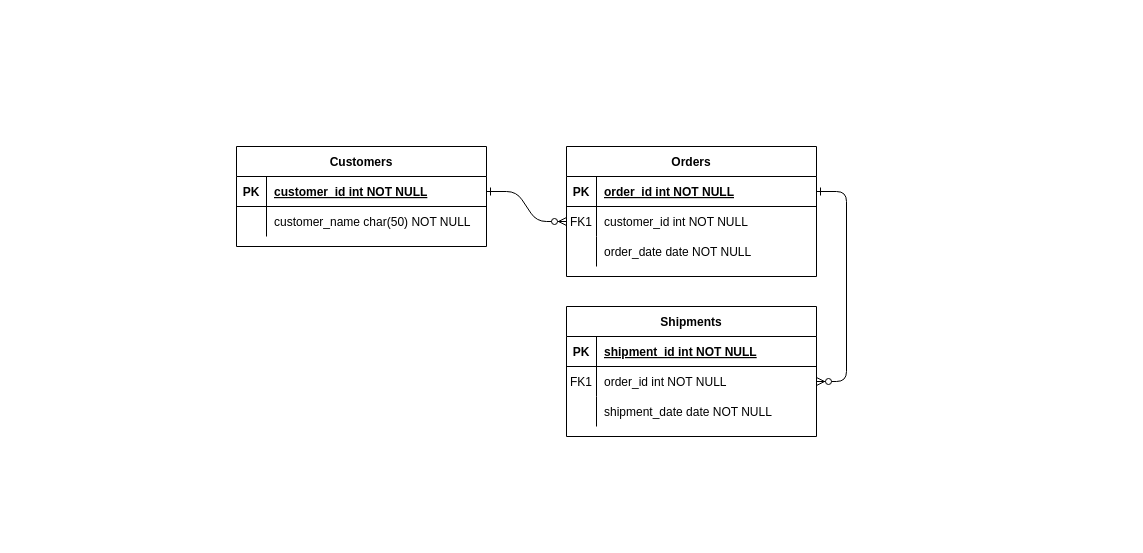
Before: Untitled Diagram.drawio in ManruizUnBosque/WorkShop5, a draw.io diagram. Source tidied: cells renumbered, new cells numbered last; positions are measured from the earlier drawing's top-left corner, leaving out a move shared by most shapes. Both pictures are drawn from the tidied source at 100%, with x=0, y=0 at pixel (236, 146).
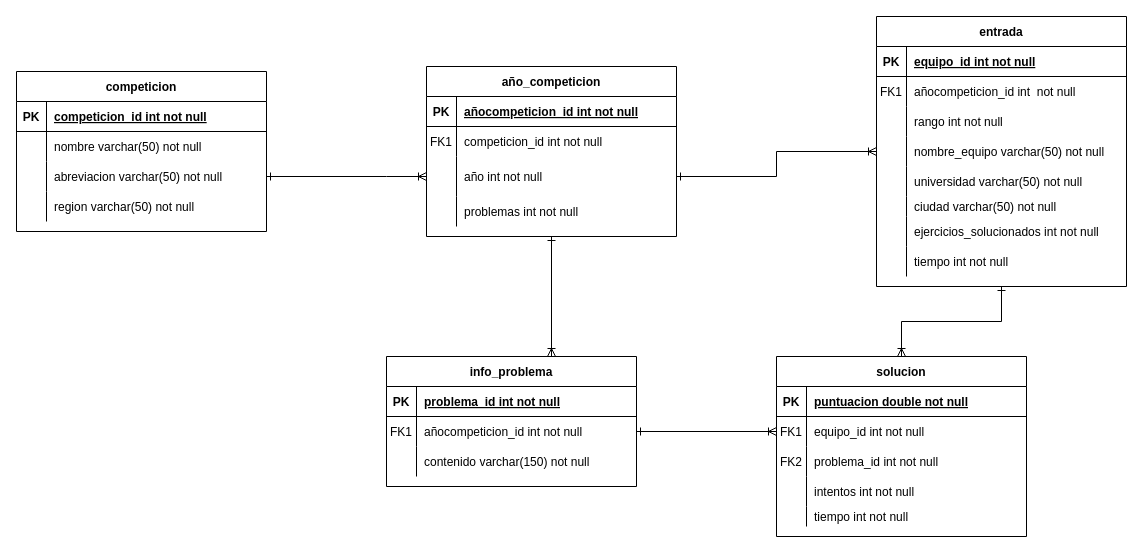
The same diagram, later.

Unchanged cells that the change refers to:
```xml
<mxCell id="5" style="shape=partialRectangle;fillColor=none;points=[[0,0.5],[1,0.5]];portConstraint=eastwest;top=0;left=0;right=0;bottom=1;" parent="4" vertex="1">
  <mxGeometry y="30" width="250" height="30" as="geometry" />
</mxCell>
<mxCell id="8" style="shape=partialRectangle;fillColor=none;points=[[0,0.5],[1,0.5]];portConstraint=eastwest;top=0;left=0;right=0;bottom=0;" parent="4" vertex="1">
  <mxGeometry y="60" width="250" height="30" as="geometry" />
</mxCell>
<mxCell id="15" style="shape=partialRectangle;fillColor=none;top=0;left=0;right=0;bottom=1;" parent="14" vertex="1">
  <mxGeometry y="30" width="250" height="30" as="geometry" />
</mxCell>
<mxCell id="18" style="shape=partialRectangle;fillColor=none;points=[[0,0.5],[1,0.5]];portConstraint=eastwest;top=0;left=0;right=0;bottom=0;" parent="14" vertex="1">
  <mxGeometry y="60" width="250" height="30" as="geometry" />
</mxCell>
<mxCell id="21" style="shape=partialRectangle;fillColor=none;top=0;left=0;right=0;bottom=0;" parent="14" vertex="1">
  <mxGeometry y="90" width="250" height="30" as="geometry" />
</mxCell>
<mxCell id="25" style="shape=partialRectangle;fillColor=none;points=[[0,0.5],[1,0.5]];portConstraint=eastwest;top=0;left=0;right=0;bottom=1;" parent="24" vertex="1">
  <mxGeometry y="30" width="250" height="30" as="geometry" />
</mxCell>
<mxCell id="28" style="shape=partialRectangle;fillColor=none;top=0;left=0;right=0;bottom=0;" parent="24" vertex="1">
  <mxGeometry y="60" width="250" height="30" as="geometry" />
</mxCell>
```

Change to the diagram source:
```diff
@@
-    <mxCell id="2" style="edgeStyle=entityRelationEdgeStyle;endArrow=ERzeroToMany;startArrow=ERone;endFill=1;startFill=0;" parent="1" edge="1" source="25" target="8">
-      <mxGeometry relative="1" as="geometry" />
-    </mxCell>
-    <mxCell id="3" style="edgeStyle=entityRelationEdgeStyle;endArrow=ERzeroToMany;startArrow=ERone;endFill=1;startFill=0;" parent="1" edge="1" source="5" target="18">
-      <mxGeometry relative="1" as="geometry" />
-    </mxCell>
+    <mxCell id="31" style="edgeStyle=orthogonalEdgeStyle;rounded=0;jettySize=auto;html=1;exitX=0.5;exitY=1;exitDx=0;exitDy=0;entryX=0.66;entryY=0;entryDx=0;entryDy=0;entryPerimeter=0;startArrow=ERone;startFill=0;endArrow=ERoneToMany;endFill=0;" parent="1" edge="1" source="4" target="14">
+      <mxGeometry relative="1" as="geometry" />
+    </mxCell>
-    <mxCell id="4" value="Orders" style="shape=table;startSize=30;childLayout=tableLayout;rowLines=0;fontStyle=1;align=center;" parent="1" vertex="1">
-      <mxGeometry x="330" width="250" height="130" as="geometry" />
+    <mxCell id="4" value="año_competicion" style="shape=table;startSize=30;childLayout=tableLayout;rowLines=0;fontStyle=1;align=center;" parent="1" vertex="1">
+      <mxGeometry x="190" y="-80" width="250" height="170" as="geometry" />
     </mxCell>
@@
-    <mxCell id="7" value="order_id int NOT NULL " style="shape=partialRectangle;overflow=hidden;fillColor=none;top=0;left=0;bottom=0;right=0;align=left;spacingLeft=6;fontStyle=5;" parent="5" vertex="1">
+    <mxCell id="7" value="añocompeticion_id int not null " style="shape=partialRectangle;overflow=hidden;fillColor=none;top=0;left=0;bottom=0;right=0;align=left;spacingLeft=6;fontStyle=5;" parent="5" vertex="1">
       <mxGeometry x="30" width="220" height="30" as="geometry" />
     </mxCell>
@@
-    <mxCell id="10" value="customer_id int NOT NULL" style="shape=partialRectangle;overflow=hidden;fillColor=none;top=0;left=0;bottom=0;right=0;align=left;spacingLeft=6;" parent="8" vertex="1">
+    <mxCell id="10" value="competicion_id int not null" style="shape=partialRectangle;overflow=hidden;fillColor=none;top=0;left=0;bottom=0;right=0;align=left;spacingLeft=6;" parent="8" vertex="1">
       <mxGeometry x="30" width="220" height="30" as="geometry" />
     </mxCell>
     <mxCell id="11" style="shape=partialRectangle;fillColor=none;points=[[0,0.5],[1,0.5]];portConstraint=eastwest;top=0;left=0;right=0;bottom=0;" parent="4" vertex="1">
-      <mxGeometry y="90" width="250" height="30" as="geometry" />
+      <mxGeometry y="90" width="250" height="40" as="geometry" />
     </mxCell>
     <mxCell id="12" style="shape=partialRectangle;overflow=hidden;fillColor=none;top=0;left=0;bottom=0;right=0;" parent="11" vertex="1">
-      <mxGeometry width="30" height="30" as="geometry" />
+      <mxGeometry width="30" height="40" as="geometry" />
     </mxCell>
-    <mxCell id="13" value="order_date date NOT NULL" style="shape=partialRectangle;overflow=hidden;fillColor=none;top=0;left=0;bottom=0;right=0;align=left;spacingLeft=6;" parent="11" vertex="1">
-      <mxGeometry x="30" width="220" height="30" as="geometry" />
+    <mxCell id="13" value="año int not null" style="shape=partialRectangle;overflow=hidden;fillColor=none;top=0;left=0;bottom=0;right=0;align=left;spacingLeft=6;" parent="11" vertex="1">
+      <mxGeometry x="30" width="220" height="40" as="geometry" />
     </mxCell>
+    <mxCell id="32" style="shape=partialRectangle;fillColor=none;top=0;left=0;right=0;bottom=0;" parent="4" vertex="1">
+      <mxGeometry y="130" width="250" height="30" as="geometry" />
+    </mxCell>
+    <mxCell id="33" style="shape=partialRectangle;overflow=hidden;fillColor=none;top=0;left=0;bottom=0;right=0;" parent="32" vertex="1">
+      <mxGeometry width="30" height="30" as="geometry" />
+    </mxCell>
+    <mxCell id="34" value="problemas int not null" style="shape=partialRectangle;overflow=hidden;fillColor=none;top=0;left=0;bottom=0;right=0;align=left;spacingLeft=6;" parent="32" vertex="1">
+      <mxGeometry x="30" width="220" height="30" as="geometry" />
+    </mxCell>
-    <mxCell id="14" value="Shipments" style="shape=table;startSize=30;childLayout=tableLayout;rowLines=0;fontStyle=1;align=center;" parent="1" vertex="1">
-      <mxGeometry x="330" y="160" width="250" height="130" as="geometry" />
+    <mxCell id="14" value="info_problema" style="shape=table;startSize=30;childLayout=tableLayout;rowLines=0;fontStyle=1;align=center;" parent="1" vertex="1">
+      <mxGeometry x="150" y="210" width="250" height="130" as="geometry" />
     </mxCell>
@@
-    <mxCell id="17" value="shipment_id int NOT NULL " style="shape=partialRectangle;overflow=hidden;fillColor=none;top=0;left=0;bottom=0;right=0;align=left;spacingLeft=6;fontStyle=5;" parent="15" vertex="1">
+    <mxCell id="17" value="problema_id int not null " style="shape=partialRectangle;overflow=hidden;fillColor=none;top=0;left=0;bottom=0;right=0;align=left;spacingLeft=6;fontStyle=5;" parent="15" vertex="1">
       <mxGeometry x="30" width="220" height="30" as="geometry" />
     </mxCell>
@@
-    <mxCell id="20" value="order_id int NOT NULL" style="shape=partialRectangle;overflow=hidden;fillColor=none;top=0;left=0;bottom=0;right=0;align=left;spacingLeft=6;" parent="18" vertex="1">
+    <mxCell id="20" value="añocompeticion_id int not null" style="shape=partialRectangle;overflow=hidden;fillColor=none;top=0;left=0;bottom=0;right=0;align=left;spacingLeft=6;" parent="18" vertex="1">
       <mxGeometry x="30" width="220" height="30" as="geometry" />
     </mxCell>
@@
-    <mxCell id="23" value="shipment_date date NOT NULL" style="shape=partialRectangle;overflow=hidden;fillColor=none;top=0;left=0;bottom=0;right=0;align=left;spacingLeft=6;" parent="21" vertex="1">
+    <mxCell id="23" value="contenido varchar(150) not null" style="shape=partialRectangle;overflow=hidden;fillColor=none;top=0;left=0;bottom=0;right=0;align=left;spacingLeft=6;" parent="21" vertex="1">
       <mxGeometry x="30" width="220" height="30" as="geometry" />
     </mxCell>
-    <mxCell id="24" value="Customers" style="shape=table;startSize=30;childLayout=tableLayout;rowLines=0;fontStyle=1;align=center;" parent="1" vertex="1">
-      <mxGeometry width="250" height="100" as="geometry" />
+    <mxCell id="24" value="competicion" style="shape=table;startSize=30;childLayout=tableLayout;rowLines=0;fontStyle=1;align=center;" parent="1" vertex="1">
+      <mxGeometry x="-220" y="-75" width="250" height="160" as="geometry" />
     </mxCell>
@@
-    <mxCell id="27" value="customer_id int NOT NULL " style="shape=partialRectangle;overflow=hidden;fillColor=none;top=0;left=0;bottom=0;right=0;align=left;spacingLeft=6;fontStyle=5;" parent="25" vertex="1">
+    <mxCell id="27" value="competicion_id int not null" style="shape=partialRectangle;overflow=hidden;fillColor=none;top=0;left=0;bottom=0;right=0;align=left;spacingLeft=6;fontStyle=5;" parent="25" vertex="1">
       <mxGeometry x="30" width="220" height="30" as="geometry" />
     </mxCell>
@@
-    <mxCell id="30" value="customer_name char(50) NOT NULL" style="shape=partialRectangle;overflow=hidden;fillColor=none;top=0;left=0;bottom=0;right=0;align=left;spacingLeft=6;" parent="28" vertex="1">
+    <mxCell id="30" value="nombre varchar(50) not null" style="shape=partialRectangle;overflow=hidden;fillColor=none;top=0;left=0;bottom=0;right=0;align=left;spacingLeft=6;" parent="28" vertex="1">
       <mxGeometry x="30" width="220" height="30" as="geometry" />
     </mxCell>
+    <mxCell id="35" style="shape=partialRectangle;fillColor=none;points=[[0,0.5],[1,0.5]];portConstraint=eastwest;top=0;left=0;right=0;bottom=0;" parent="24" vertex="1">
+      <mxGeometry y="90" width="250" height="30" as="geometry" />
+    </mxCell>
+    <mxCell id="36" style="shape=partialRectangle;overflow=hidden;fillColor=none;top=0;left=0;bottom=0;right=0;" parent="35" vertex="1">
+      <mxGeometry width="30" height="30" as="geometry" />
+    </mxCell>
+    <mxCell id="37" value="abreviacion varchar(50) not null" style="shape=partialRectangle;overflow=hidden;fillColor=none;top=0;left=0;bottom=0;right=0;align=left;spacingLeft=6;" parent="35" vertex="1">
+      <mxGeometry x="30" width="220" height="30" as="geometry" />
+    </mxCell>
+    <mxCell id="38" style="shape=partialRectangle;fillColor=none;top=0;left=0;right=0;bottom=0;" parent="24" vertex="1">
+      <mxGeometry y="120" width="250" height="30" as="geometry" />
+    </mxCell>
+    <mxCell id="39" style="shape=partialRectangle;overflow=hidden;fillColor=none;top=0;left=0;bottom=0;right=0;" parent="38" vertex="1">
+      <mxGeometry width="30" height="30" as="geometry" />
+    </mxCell>
+    <mxCell id="40" value="region varchar(50) not null" style="shape=partialRectangle;overflow=hidden;fillColor=none;top=0;left=0;bottom=0;right=0;align=left;spacingLeft=6;" parent="38" vertex="1">
+      <mxGeometry x="30" width="220" height="30" as="geometry" />
+    </mxCell>
+    <mxCell id="41" style="edgeStyle=orthogonalEdgeStyle;rounded=0;jettySize=auto;html=1;exitX=0.5;exitY=1;exitDx=0;exitDy=0;startArrow=ERone;startFill=0;endArrow=ERoneToMany;endFill=0;" parent="1" edge="1" source="42" target="67">
+      <mxGeometry relative="1" as="geometry" />
+    </mxCell>
+    <mxCell id="42" value="entrada" style="shape=table;startSize=30;childLayout=tableLayout;rowLines=0;fontStyle=1;align=center;" parent="1" vertex="1">
+      <mxGeometry x="640" y="-130" width="250" height="270" as="geometry" />
+    </mxCell>
+    <mxCell id="43" style="shape=partialRectangle;fillColor=none;top=0;left=0;right=0;bottom=1;" parent="42" vertex="1">
+      <mxGeometry y="30" width="250" height="30" as="geometry" />
+    </mxCell>
+    <mxCell id="44" value="PK" style="shape=partialRectangle;overflow=hidden;fillColor=none;top=0;left=0;bottom=0;right=0;fontStyle=1;" parent="43" vertex="1">
+      <mxGeometry width="30" height="30" as="geometry" />
+    </mxCell>
+    <mxCell id="45" value="equipo_id int not null " style="shape=partialRectangle;overflow=hidden;fillColor=none;top=0;left=0;bottom=0;right=0;align=left;spacingLeft=6;fontStyle=5;" parent="43" vertex="1">
+      <mxGeometry x="30" width="220" height="30" as="geometry" />
+    </mxCell>
+    <mxCell id="46" style="shape=partialRectangle;fillColor=none;top=0;left=0;right=0;bottom=0;" parent="42" vertex="1">
+      <mxGeometry y="60" width="250" height="30" as="geometry" />
+    </mxCell>
+    <mxCell id="47" value="FK1" style="shape=partialRectangle;overflow=hidden;fillColor=none;top=0;left=0;bottom=0;right=0;" parent="46" vertex="1">
+      <mxGeometry width="30" height="30" as="geometry" />
+    </mxCell>
+    <mxCell id="48" value="añocompeticion_id int  not null" style="shape=partialRectangle;overflow=hidden;fillColor=none;top=0;left=0;bottom=0;right=0;align=left;spacingLeft=6;" parent="46" vertex="1">
+      <mxGeometry x="30" width="220" height="30" as="geometry" />
+    </mxCell>
+    <mxCell id="49" style="shape=partialRectangle;fillColor=none;top=0;left=0;right=0;bottom=0;" parent="42" vertex="1">
+      <mxGeometry y="90" width="250" height="30" as="geometry" />
+    </mxCell>
+    <mxCell id="50" style="shape=partialRectangle;overflow=hidden;fillColor=none;top=0;left=0;bottom=0;right=0;" parent="49" vertex="1">
+      <mxGeometry width="30" height="30" as="geometry" />
+    </mxCell>
+    <mxCell id="51" value="rango int not null" style="shape=partialRectangle;overflow=hidden;fillColor=none;top=0;left=0;bottom=0;right=0;align=left;spacingLeft=6;" parent="49" vertex="1">
+      <mxGeometry x="30" width="220" height="30" as="geometry" />
+    </mxCell>
+    <mxCell id="52" style="shape=partialRectangle;fillColor=none;points=[[0,0.5],[1,0.5]];portConstraint=eastwest;top=0;left=0;right=0;bottom=0;" parent="42" vertex="1">
+      <mxGeometry y="120" width="250" height="30" as="geometry" />
+    </mxCell>
+    <mxCell id="53" style="shape=partialRectangle;overflow=hidden;fillColor=none;top=0;left=0;bottom=0;right=0;" parent="52" vertex="1">
+      <mxGeometry width="30" height="30" as="geometry" />
+    </mxCell>
+    <mxCell id="54" value="nombre_equipo varchar(50) not null" style="shape=partialRectangle;overflow=hidden;fillColor=none;top=0;left=0;bottom=0;right=0;align=left;spacingLeft=6;" parent="52" vertex="1">
+      <mxGeometry x="30" width="220" height="30" as="geometry" />
+    </mxCell>
+    <mxCell id="55" style="shape=partialRectangle;fillColor=none;top=0;left=0;right=0;bottom=0;" parent="42" vertex="1">
+      <mxGeometry y="150" width="250" height="30" as="geometry" />
+    </mxCell>
+    <mxCell id="56" style="shape=partialRectangle;overflow=hidden;fillColor=none;top=0;left=0;bottom=0;right=0;" parent="55" vertex="1">
+      <mxGeometry width="30" height="30" as="geometry" />
+    </mxCell>
+    <mxCell id="57" value="universidad varchar(50) not null" style="shape=partialRectangle;overflow=hidden;fillColor=none;top=0;left=0;bottom=0;right=0;align=left;spacingLeft=6;" parent="55" vertex="1">
+      <mxGeometry x="30" width="220" height="30" as="geometry" />
+    </mxCell>
+    <mxCell id="58" style="shape=partialRectangle;fillColor=none;top=0;left=0;right=0;bottom=0;" parent="42" vertex="1">
+      <mxGeometry y="180" width="250" height="20" as="geometry" />
+    </mxCell>
+    <mxCell id="59" style="shape=partialRectangle;overflow=hidden;fillColor=none;top=0;left=0;bottom=0;right=0;" parent="58" vertex="1">
+      <mxGeometry width="30" height="20" as="geometry" />
+    </mxCell>
+    <mxCell id="60" value="ciudad varchar(50) not null" style="shape=partialRectangle;overflow=hidden;fillColor=none;top=0;left=0;bottom=0;right=0;align=left;spacingLeft=6;" parent="58" vertex="1">
+      <mxGeometry x="30" width="220" height="20" as="geometry" />
+    </mxCell>
+    <mxCell id="61" style="shape=partialRectangle;fillColor=none;top=0;left=0;right=0;bottom=0;" parent="42" vertex="1">
+      <mxGeometry y="200" width="250" height="30" as="geometry" />
+    </mxCell>
+    <mxCell id="62" style="shape=partialRectangle;overflow=hidden;fillColor=none;top=0;left=0;bottom=0;right=0;" parent="61" vertex="1">
+      <mxGeometry width="30" height="30" as="geometry" />
+    </mxCell>
+    <mxCell id="63" value="ejercicios_solucionados int not null" style="shape=partialRectangle;overflow=hidden;fillColor=none;top=0;left=0;bottom=0;right=0;align=left;spacingLeft=6;" parent="61" vertex="1">
+      <mxGeometry x="30" width="220" height="30" as="geometry" />
+    </mxCell>
+    <mxCell id="64" style="shape=partialRectangle;fillColor=none;top=0;left=0;right=0;bottom=0;" parent="42" vertex="1">
+      <mxGeometry y="230" width="250" height="30" as="geometry" />
+    </mxCell>
+    <mxCell id="65" style="shape=partialRectangle;overflow=hidden;fillColor=none;top=0;left=0;bottom=0;right=0;" parent="64" vertex="1">
+      <mxGeometry width="30" height="30" as="geometry" />
+    </mxCell>
+    <mxCell id="66" value="tiempo int not null" style="shape=partialRectangle;overflow=hidden;fillColor=none;top=0;left=0;bottom=0;right=0;align=left;spacingLeft=6;" parent="64" vertex="1">
+      <mxGeometry x="30" width="220" height="30" as="geometry" />
+    </mxCell>
+    <mxCell id="67" value="solucion" style="shape=table;startSize=30;childLayout=tableLayout;rowLines=0;fontStyle=1;align=center;" parent="1" vertex="1">
+      <mxGeometry x="540" y="210" width="250" height="180" as="geometry" />
+    </mxCell>
+    <mxCell id="68" style="shape=partialRectangle;fillColor=none;top=0;left=0;right=0;bottom=1;" parent="67" vertex="1">
+      <mxGeometry y="30" width="250" height="30" as="geometry" />
+    </mxCell>
+    <mxCell id="69" value="PK" style="shape=partialRectangle;overflow=hidden;fillColor=none;top=0;left=0;bottom=0;right=0;fontStyle=1;" parent="68" vertex="1">
+      <mxGeometry width="30" height="30" as="geometry" />
+    </mxCell>
+    <mxCell id="70" value="puntuacion double not null " style="shape=partialRectangle;overflow=hidden;fillColor=none;top=0;left=0;bottom=0;right=0;align=left;spacingLeft=6;fontStyle=5;" parent="68" vertex="1">
+      <mxGeometry x="30" width="220" height="30" as="geometry" />
+    </mxCell>
+    <mxCell id="71" style="shape=partialRectangle;fillColor=none;points=[[0,0.5],[1,0.5]];portConstraint=eastwest;top=0;left=0;right=0;bottom=0;" parent="67" vertex="1">
+      <mxGeometry y="60" width="250" height="30" as="geometry" />
+    </mxCell>
+    <mxCell id="72" value="FK1" style="shape=partialRectangle;overflow=hidden;fillColor=none;top=0;left=0;bottom=0;right=0;" parent="71" vertex="1">
+      <mxGeometry width="30" height="30" as="geometry" />
+    </mxCell>
+    <mxCell id="73" value="equipo_id int not null" style="shape=partialRectangle;overflow=hidden;fillColor=none;top=0;left=0;bottom=0;right=0;align=left;spacingLeft=6;" parent="71" vertex="1">
+      <mxGeometry x="30" width="220" height="30" as="geometry" />
+    </mxCell>
+    <mxCell id="74" style="shape=partialRectangle;fillColor=none;top=0;left=0;right=0;bottom=0;" parent="67" vertex="1">
+      <mxGeometry y="90" width="250" height="30" as="geometry" />
+    </mxCell>
+    <mxCell id="75" value="FK2" style="shape=partialRectangle;overflow=hidden;fillColor=none;top=0;left=0;bottom=0;right=0;" parent="74" vertex="1">
+      <mxGeometry width="30" height="30" as="geometry" />
+    </mxCell>
+    <mxCell id="76" value="problema_id int not null" style="shape=partialRectangle;overflow=hidden;fillColor=none;top=0;left=0;bottom=0;right=0;align=left;spacingLeft=6;" parent="74" vertex="1">
+      <mxGeometry x="30" width="220" height="30" as="geometry" />
+    </mxCell>
+    <mxCell id="77" style="shape=partialRectangle;fillColor=none;top=0;left=0;right=0;bottom=0;" parent="67" vertex="1">
+      <mxGeometry y="120" width="250" height="30" as="geometry" />
+    </mxCell>
+    <mxCell id="78" style="shape=partialRectangle;overflow=hidden;fillColor=none;top=0;left=0;bottom=0;right=0;" parent="77" vertex="1">
+      <mxGeometry width="30" height="30" as="geometry" />
+    </mxCell>
+    <mxCell id="79" value="intentos int not null" style="shape=partialRectangle;overflow=hidden;fillColor=none;top=0;left=0;bottom=0;right=0;align=left;spacingLeft=6;" parent="77" vertex="1">
+      <mxGeometry x="30" width="220" height="30" as="geometry" />
+    </mxCell>
+    <mxCell id="80" style="shape=partialRectangle;fillColor=none;top=0;left=0;right=0;bottom=0;" parent="67" vertex="1">
+      <mxGeometry y="150" width="250" height="20" as="geometry" />
+    </mxCell>
+    <mxCell id="81" style="shape=partialRectangle;overflow=hidden;fillColor=none;top=0;left=0;bottom=0;right=0;" parent="80" vertex="1">
+      <mxGeometry width="30" height="20" as="geometry" />
+    </mxCell>
+    <mxCell id="82" value="tiempo int not null" style="shape=partialRectangle;overflow=hidden;fillColor=none;top=0;left=0;bottom=0;right=0;align=left;spacingLeft=6;" parent="80" vertex="1">
+      <mxGeometry x="30" width="220" height="20" as="geometry" />
+    </mxCell>
+    <mxCell id="83" style="edgeStyle=orthogonalEdgeStyle;rounded=0;jettySize=auto;html=1;exitX=1;exitY=0.5;exitDx=0;exitDy=0;entryX=0;entryY=0.5;entryDx=0;entryDy=0;startArrow=ERone;startFill=0;endArrow=ERoneToMany;endFill=0;" parent="1" edge="1" source="35" target="11">
+      <mxGeometry relative="1" as="geometry">
+        <Array as="points">
+          <mxPoint x="150" y="30" />
+          <mxPoint x="150" y="30" />
+        </Array>
+      </mxGeometry>
+    </mxCell>
+    <mxCell id="84" style="edgeStyle=orthogonalEdgeStyle;rounded=0;jettySize=auto;html=1;exitX=1;exitY=0.5;exitDx=0;exitDy=0;entryX=0;entryY=0.5;entryDx=0;entryDy=0;startArrow=ERone;startFill=0;endArrow=ERoneToMany;endFill=0;" parent="1" edge="1" source="11" target="52">
+      <mxGeometry relative="1" as="geometry" />
+    </mxCell>
+    <mxCell id="85" style="edgeStyle=orthogonalEdgeStyle;rounded=0;jettySize=auto;html=1;exitX=1;exitY=0.5;exitDx=0;exitDy=0;entryX=0;entryY=0.5;entryDx=0;entryDy=0;startArrow=ERone;startFill=0;endArrow=ERoneToMany;endFill=0;" parent="1" edge="1" source="18" target="71">
+      <mxGeometry relative="1" as="geometry" />
+    </mxCell>
```
